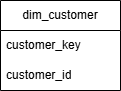
Before: assets/diagrams/dim_customer.png, a diagram exported from draw.io (joaohsilva416/uk-online-retail). Source tidied: cells renumbered, new cells last; positions are measured from the earlier drawing's top-left corner, leaving out a move shared by most shapes.
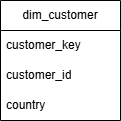
The same diagram one commit later.

Commit message:
fix: correct dim_customer photo

What changed in the source:
```diff
@@ -3,7 +3,7 @@
     <mxCell id="0" />
     <mxCell id="1" parent="0" />
     <mxCell id="2" value="dim_customer" style="swimlane;fontStyle=0;horizontal=1;startSize=30;whiteSpace=wrap;html=1;fillColor=default;gradientColor=none;" parent="1" vertex="1">
-      <mxGeometry width="120" height="90" as="geometry" />
+      <mxGeometry width="120" height="120" as="geometry" />
     </mxCell>
     <mxCell id="3" value="customer_key" style="text;strokeColor=none;fillColor=none;align=left;verticalAlign=middle;spacingLeft=4;spacingRight=4;overflow=hidden;whiteSpace=wrap;html=1;" parent="2" vertex="1">
       <mxGeometry y="30" width="120" height="30" as="geometry" />
@@ -11,5 +11,8 @@
     <mxCell id="4" value="customer_id" style="text;strokeColor=none;fillColor=none;align=left;verticalAlign=middle;spacingLeft=4;spacingRight=4;overflow=hidden;whiteSpace=wrap;html=1;" parent="2" vertex="1">
       <mxGeometry y="60" width="120" height="30" as="geometry" />
     </mxCell>
+    <mxCell id="5" value="country" style="text;strokeColor=none;fillColor=none;align=left;verticalAlign=middle;spacingLeft=4;spacingRight=4;overflow=hidden;whiteSpace=wrap;html=1;" parent="2" vertex="1">
+      <mxGeometry y="90" width="120" height="30" as="geometry" />
+    </mxCell>
   </root>
 </mxGraphModel>
```
